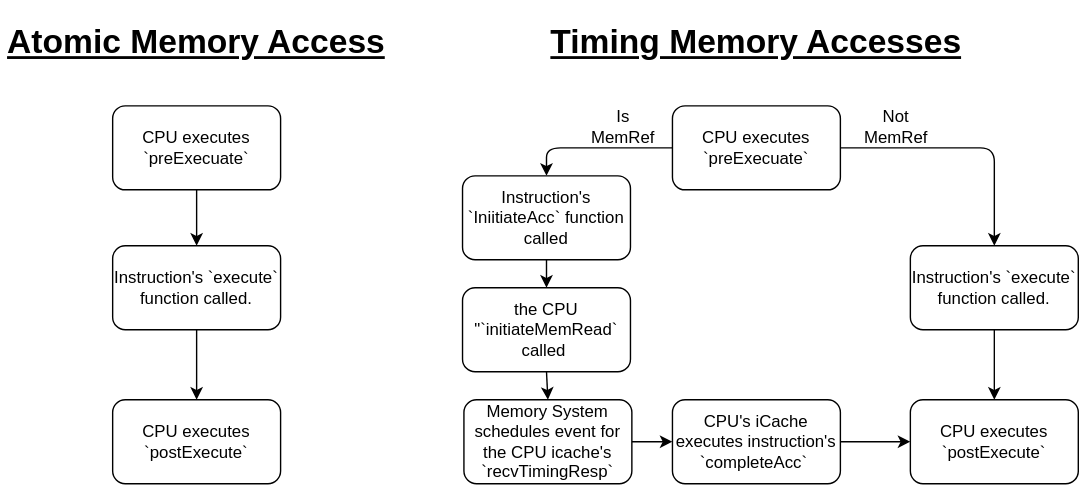
This is slides/03-Developing-gem5-models/05-modeling-cores-img/instruction-execution-flow.svg from gem5bootcamp/bootcamp, a draw.io export, as it was before one commit. Source tidied: cells renumbered, new cells last; positions are measured from the earlier drawing's top-left corner, leaving out a move shared by most shapes. Source of this version:
```xml
<mxGraphModel>
  <root>
    <mxCell id="0" />
    <mxCell id="1" parent="0" />
    <mxCell id="2" style="edgeStyle=none;html=1;entryX=0.5;entryY=0;entryDx=0;entryDy=0;exitX=0.5;exitY=1;exitDx=0;exitDy=0;" parent="1" edge="1" source="3" target="5">
      <mxGeometry relative="1" as="geometry" />
    </mxCell>
    <mxCell id="3" value="CPU executes `preExecuate`" style="rounded=1;whiteSpace=wrap;html=1;" parent="1" vertex="1">
      <mxGeometry x="80" y="60" width="120" height="60" as="geometry" />
    </mxCell>
    <mxCell id="4" style="edgeStyle=none;html=1;" parent="1" edge="1" source="5" target="6">
      <mxGeometry relative="1" as="geometry" />
    </mxCell>
    <mxCell id="5" value="Instruction's `execute` function called." style="rounded=1;whiteSpace=wrap;html=1;" parent="1" vertex="1">
      <mxGeometry x="80" y="160" width="120" height="60" as="geometry" />
    </mxCell>
    <mxCell id="6" value="CPU executes `postExecute`" style="rounded=1;whiteSpace=wrap;html=1;" parent="1" vertex="1">
      <mxGeometry x="80" y="270" width="120" height="60" as="geometry" />
    </mxCell>
    <mxCell id="7" value="&lt;h1&gt;&lt;u&gt;Atomic Memory Access&lt;/u&gt;&lt;/h1&gt;" style="text;html=1;strokeColor=none;fillColor=none;align=center;verticalAlign=middle;whiteSpace=wrap;rounded=0;" parent="1" vertex="1">
      <mxGeometry width="280" height="30" as="geometry" />
    </mxCell>
    <mxCell id="8" value="&lt;h1&gt;&lt;u&gt;Timing Memory Accesses&lt;/u&gt;&lt;/h1&gt;" style="text;html=1;strokeColor=none;fillColor=none;align=center;verticalAlign=middle;whiteSpace=wrap;rounded=0;" parent="1" vertex="1">
      <mxGeometry x="385" width="310" height="30" as="geometry" />
    </mxCell>
    <mxCell id="9" style="edgeStyle=elbowEdgeStyle;elbow=vertical;html=1;exitX=1;exitY=0.5;exitDx=0;exitDy=0;entryX=0.5;entryY=0;entryDx=0;entryDy=0;" parent="1" edge="1" source="11" target="15">
      <mxGeometry relative="1" as="geometry">
        <Array as="points">
          <mxPoint x="660" y="90" />
        </Array>
      </mxGeometry>
    </mxCell>
    <mxCell id="10" style="edgeStyle=elbowEdgeStyle;html=1;exitX=0;exitY=0.5;exitDx=0;exitDy=0;entryX=0.5;entryY=0;entryDx=0;entryDy=0;" parent="1" edge="1" source="11" target="18">
      <mxGeometry relative="1" as="geometry">
        <Array as="points">
          <mxPoint x="390" y="80" />
        </Array>
      </mxGeometry>
    </mxCell>
    <mxCell id="11" value="CPU executes `preExecuate`" style="rounded=1;whiteSpace=wrap;html=1;" parent="1" vertex="1">
      <mxGeometry x="480" y="60" width="120" height="60" as="geometry" />
    </mxCell>
    <mxCell id="12" style="edgeStyle=none;html=1;exitX=1;exitY=0.5;exitDx=0;exitDy=0;entryX=0;entryY=0.5;entryDx=0;entryDy=0;" parent="1" edge="1" source="23" target="13">
      <mxGeometry relative="1" as="geometry" />
    </mxCell>
    <mxCell id="13" value="CPU executes `postExecute`" style="rounded=1;whiteSpace=wrap;html=1;" parent="1" vertex="1">
      <mxGeometry x="650" y="270" width="120" height="60" as="geometry" />
    </mxCell>
    <mxCell id="14" style="edgeStyle=none;html=1;exitX=0.5;exitY=1;exitDx=0;exitDy=0;entryX=0.5;entryY=0;entryDx=0;entryDy=0;" parent="1" edge="1" source="15" target="13">
      <mxGeometry relative="1" as="geometry" />
    </mxCell>
    <mxCell id="15" value="Instruction's `execute` function called." style="rounded=1;whiteSpace=wrap;html=1;" parent="1" vertex="1">
      <mxGeometry x="650" y="160" width="120" height="60" as="geometry" />
    </mxCell>
    <mxCell id="16" value="Not MemRef" style="text;html=1;strokeColor=none;fillColor=none;align=center;verticalAlign=middle;whiteSpace=wrap;rounded=0;" parent="1" vertex="1">
      <mxGeometry x="610" y="60" width="60" height="30" as="geometry" />
    </mxCell>
    <mxCell id="17" style="edgeStyle=none;html=1;exitX=0.5;exitY=1;exitDx=0;exitDy=0;entryX=0.5;entryY=0;entryDx=0;entryDy=0;" parent="1" edge="1" source="18" target="20">
      <mxGeometry relative="1" as="geometry" />
    </mxCell>
    <mxCell id="18" value="Instruction's `IniitiateAcc` function called" style="rounded=1;whiteSpace=wrap;html=1;" parent="1" vertex="1">
      <mxGeometry x="330" y="110" width="120" height="60" as="geometry" />
    </mxCell>
    <mxCell id="19" style="edgeStyle=none;html=1;exitX=0.5;exitY=1;exitDx=0;exitDy=0;entryX=0.5;entryY=0;entryDx=0;entryDy=0;" parent="1" edge="1" source="20" target="22">
      <mxGeometry relative="1" as="geometry" />
    </mxCell>
    <mxCell id="20" value="the CPU &quot;`initiateMemRead` called&amp;nbsp;" style="rounded=1;whiteSpace=wrap;html=1;" parent="1" vertex="1">
      <mxGeometry x="330" y="190" width="120" height="60" as="geometry" />
    </mxCell>
    <mxCell id="21" style="edgeStyle=none;html=1;exitX=1;exitY=0.5;exitDx=0;exitDy=0;entryX=0;entryY=0.5;entryDx=0;entryDy=0;" parent="1" edge="1" source="22" target="23">
      <mxGeometry relative="1" as="geometry" />
    </mxCell>
    <mxCell id="22" value="Memory System schedules event for the CPU icache's `recvTimingResp`" style="rounded=1;whiteSpace=wrap;html=1;" parent="1" vertex="1">
      <mxGeometry x="331" y="270" width="120" height="60" as="geometry" />
    </mxCell>
    <mxCell id="23" value="CPU's iCache executes instruction's `completeAcc`&amp;nbsp;" style="rounded=1;whiteSpace=wrap;html=1;" parent="1" vertex="1">
      <mxGeometry x="480" y="270" width="120" height="60" as="geometry" />
    </mxCell>
    <mxCell id="24" value="Is MemRef" style="text;html=1;strokeColor=none;fillColor=none;align=center;verticalAlign=middle;whiteSpace=wrap;rounded=0;" parent="1" vertex="1">
      <mxGeometry x="420" y="60" width="50" height="30" as="geometry" />
    </mxCell>
  </root>
</mxGraphModel>
```
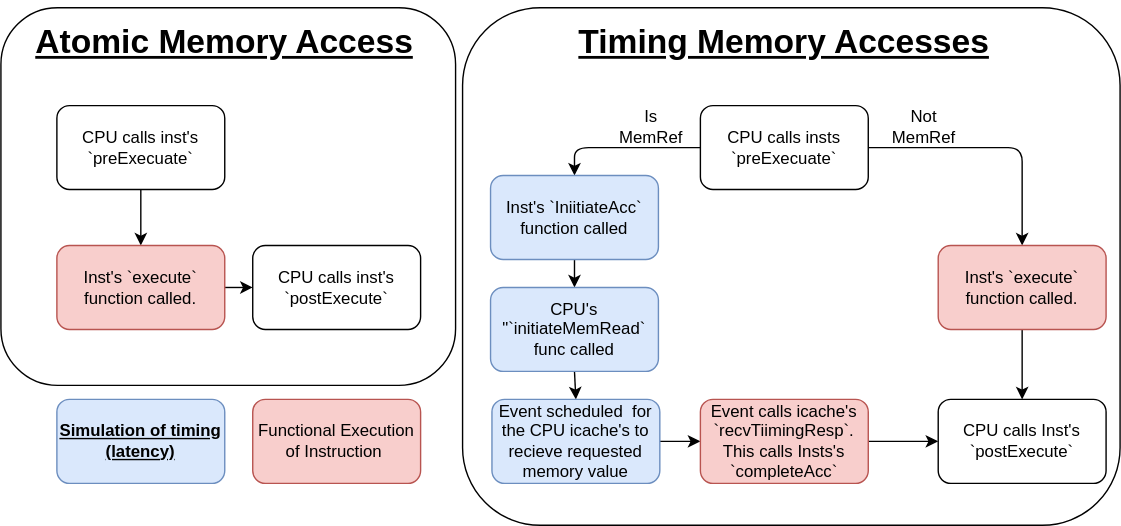
The same file after the commit.

What changed in the source:
```diff
@@ -2,20 +2,26 @@
   <root>
     <mxCell id="0" />
     <mxCell id="1" parent="0" />
+    <mxCell id="25" style="rounded=1;whiteSpace=wrap;html=1;labelBackgroundColor=#ee95c0;" parent="1" vertex="1">
+      <mxGeometry x="310" y="-10" width="470" height="370" as="geometry" />
+    </mxCell>
+    <mxCell id="26" style="rounded=1;whiteSpace=wrap;html=1;labelBackgroundColor=#ee95c0;" parent="1" vertex="1">
+      <mxGeometry x="-20" y="-10" width="325" height="270" as="geometry" />
+    </mxCell>
     <mxCell id="2" style="edgeStyle=none;html=1;entryX=0.5;entryY=0;entryDx=0;entryDy=0;exitX=0.5;exitY=1;exitDx=0;exitDy=0;" parent="1" edge="1" source="3" target="5">
       <mxGeometry relative="1" as="geometry" />
     </mxCell>
-    <mxCell id="3" value="CPU executes `preExecuate`" style="rounded=1;whiteSpace=wrap;html=1;" parent="1" vertex="1">
-      <mxGeometry x="80" y="60" width="120" height="60" as="geometry" />
+    <mxCell id="3" value="CPU calls inst's `preExecuate`" style="rounded=1;whiteSpace=wrap;html=1;" parent="1" vertex="1">
+      <mxGeometry x="20" y="60" width="120" height="60" as="geometry" />
     </mxCell>
     <mxCell id="4" style="edgeStyle=none;html=1;" parent="1" edge="1" source="5" target="6">
       <mxGeometry relative="1" as="geometry" />
     </mxCell>
-    <mxCell id="5" value="Instruction's `execute` function called." style="rounded=1;whiteSpace=wrap;html=1;" parent="1" vertex="1">
-      <mxGeometry x="80" y="160" width="120" height="60" as="geometry" />
+    <mxCell id="5" value="Inst's `execute` function called." style="rounded=1;whiteSpace=wrap;html=1;fillColor=#f8cecc;strokeColor=#b85450;" parent="1" vertex="1">
+      <mxGeometry x="20" y="160" width="120" height="60" as="geometry" />
     </mxCell>
-    <mxCell id="6" value="CPU executes `postExecute`" style="rounded=1;whiteSpace=wrap;html=1;" parent="1" vertex="1">
-      <mxGeometry x="80" y="270" width="120" height="60" as="geometry" />
+    <mxCell id="6" value="CPU calls inst's `postExecute`" style="rounded=1;whiteSpace=wrap;html=1;" parent="1" vertex="1">
+      <mxGeometry x="160" y="160" width="120" height="60" as="geometry" />
     </mxCell>
     <mxCell id="7" value="&lt;h1&gt;&lt;u&gt;Atomic Memory Access&lt;/u&gt;&lt;/h1&gt;" style="text;html=1;strokeColor=none;fillColor=none;align=center;verticalAlign=middle;whiteSpace=wrap;rounded=0;" parent="1" vertex="1">
       <mxGeometry width="280" height="30" as="geometry" />
@@ -37,19 +43,19 @@
         </Array>
       </mxGeometry>
     </mxCell>
-    <mxCell id="11" value="CPU executes `preExecuate`" style="rounded=1;whiteSpace=wrap;html=1;" parent="1" vertex="1">
+    <mxCell id="11" value="CPU calls insts `preExecuate`" style="rounded=1;whiteSpace=wrap;html=1;" parent="1" vertex="1">
       <mxGeometry x="480" y="60" width="120" height="60" as="geometry" />
     </mxCell>
     <mxCell id="12" style="edgeStyle=none;html=1;exitX=1;exitY=0.5;exitDx=0;exitDy=0;entryX=0;entryY=0.5;entryDx=0;entryDy=0;" parent="1" edge="1" source="23" target="13">
       <mxGeometry relative="1" as="geometry" />
     </mxCell>
-    <mxCell id="13" value="CPU executes `postExecute`" style="rounded=1;whiteSpace=wrap;html=1;" parent="1" vertex="1">
+    <mxCell id="13" value="CPU calls Inst's `postExecute`" style="rounded=1;whiteSpace=wrap;html=1;" parent="1" vertex="1">
       <mxGeometry x="650" y="270" width="120" height="60" as="geometry" />
     </mxCell>
     <mxCell id="14" style="edgeStyle=none;html=1;exitX=0.5;exitY=1;exitDx=0;exitDy=0;entryX=0.5;entryY=0;entryDx=0;entryDy=0;" parent="1" edge="1" source="15" target="13">
       <mxGeometry relative="1" as="geometry" />
     </mxCell>
-    <mxCell id="15" value="Instruction's `execute` function called." style="rounded=1;whiteSpace=wrap;html=1;" parent="1" vertex="1">
+    <mxCell id="15" value="Inst's `execute` function called." style="rounded=1;whiteSpace=wrap;html=1;fillColor=#f8cecc;strokeColor=#b85450;" parent="1" vertex="1">
       <mxGeometry x="650" y="160" width="120" height="60" as="geometry" />
     </mxCell>
     <mxCell id="16" value="Not MemRef" style="text;html=1;strokeColor=none;fillColor=none;align=center;verticalAlign=middle;whiteSpace=wrap;rounded=0;" parent="1" vertex="1">
@@ -58,26 +64,32 @@
     <mxCell id="17" style="edgeStyle=none;html=1;exitX=0.5;exitY=1;exitDx=0;exitDy=0;entryX=0.5;entryY=0;entryDx=0;entryDy=0;" parent="1" edge="1" source="18" target="20">
       <mxGeometry relative="1" as="geometry" />
     </mxCell>
-    <mxCell id="18" value="Instruction's `IniitiateAcc` function called" style="rounded=1;whiteSpace=wrap;html=1;" parent="1" vertex="1">
+    <mxCell id="18" value="Inst's `IniitiateAcc` function called" style="rounded=1;whiteSpace=wrap;html=1;fillColor=#dae8fc;strokeColor=#6c8ebf;" parent="1" vertex="1">
       <mxGeometry x="330" y="110" width="120" height="60" as="geometry" />
     </mxCell>
     <mxCell id="19" style="edgeStyle=none;html=1;exitX=0.5;exitY=1;exitDx=0;exitDy=0;entryX=0.5;entryY=0;entryDx=0;entryDy=0;" parent="1" edge="1" source="20" target="22">
       <mxGeometry relative="1" as="geometry" />
     </mxCell>
-    <mxCell id="20" value="the CPU &quot;`initiateMemRead` called&amp;nbsp;" style="rounded=1;whiteSpace=wrap;html=1;" parent="1" vertex="1">
+    <mxCell id="20" value="CPU's &quot;`initiateMemRead` func called&amp;nbsp;" style="rounded=1;whiteSpace=wrap;html=1;fillColor=#dae8fc;strokeColor=#6c8ebf;" parent="1" vertex="1">
       <mxGeometry x="330" y="190" width="120" height="60" as="geometry" />
     </mxCell>
     <mxCell id="21" style="edgeStyle=none;html=1;exitX=1;exitY=0.5;exitDx=0;exitDy=0;entryX=0;entryY=0.5;entryDx=0;entryDy=0;" parent="1" edge="1" source="22" target="23">
       <mxGeometry relative="1" as="geometry" />
     </mxCell>
-    <mxCell id="22" value="Memory System schedules event for the CPU icache's `recvTimingResp`" style="rounded=1;whiteSpace=wrap;html=1;" parent="1" vertex="1">
+    <mxCell id="22" value="Event scheduled&amp;nbsp; for the CPU icache's to recieve requested memory value" style="rounded=1;whiteSpace=wrap;html=1;fillColor=#dae8fc;strokeColor=#6c8ebf;" parent="1" vertex="1">
       <mxGeometry x="331" y="270" width="120" height="60" as="geometry" />
     </mxCell>
-    <mxCell id="23" value="CPU's iCache executes instruction's `completeAcc`&amp;nbsp;" style="rounded=1;whiteSpace=wrap;html=1;" parent="1" vertex="1">
+    <mxCell id="23" value="Event calls icache's `recvTiimingResp`. This calls Insts's `completeAcc`&amp;nbsp;" style="rounded=1;whiteSpace=wrap;html=1;fillColor=#f8cecc;strokeColor=#b85450;" parent="1" vertex="1">
       <mxGeometry x="480" y="270" width="120" height="60" as="geometry" />
     </mxCell>
     <mxCell id="24" value="Is MemRef" style="text;html=1;strokeColor=none;fillColor=none;align=center;verticalAlign=middle;whiteSpace=wrap;rounded=0;" parent="1" vertex="1">
       <mxGeometry x="420" y="60" width="50" height="30" as="geometry" />
     </mxCell>
+    <mxCell id="27" value="Functional Execution of Instruction&lt;span style=&quot;color: rgba(0, 0, 0, 0); font-family: monospace; font-size: 0px; text-align: start;&quot;&gt;%3CmxGraphModel%3E%3Croot%3E%3CmxCell%20id%3D%220%22%2F%3E%3CmxCell%20id%3D%221%22%20parent%3D%220%22%2F%3E%3CmxCell%20id%3D%222%22%20value%3D%22Inst's%20%60execute%60%20function%20called.%22%20style%3D%22rounded%3D1%3BwhiteSpace%3Dwrap%3Bhtml%3D1%3BfillColor%3D%23f8cecc%3BstrokeColor%3D%23b85450%3B%22%20vertex%3D%221%22%20parent%3D%221%22%3E%3CmxGeometry%20x%3D%22-120%22%20y%3D%22330%22%20width%3D%22120%22%20height%3D%2260%22%20as%3D%22geometry%22%2F%3E%3C%2FmxCell%3E%3C%2Froot%3E%3C%2FmxGraphModel%3E&lt;/span&gt;" style="rounded=1;whiteSpace=wrap;html=1;fillColor=#f8cecc;strokeColor=#b85450;" parent="1" vertex="1">
+      <mxGeometry x="160" y="270" width="120" height="60" as="geometry" />
+    </mxCell>
+    <mxCell id="28" value="&lt;b&gt;&lt;u&gt;Simulation of timing (latency)&lt;/u&gt;&lt;/b&gt;" style="rounded=1;whiteSpace=wrap;html=1;fillColor=#dae8fc;strokeColor=#6c8ebf;" parent="1" vertex="1">
+      <mxGeometry x="20" y="270" width="120" height="60" as="geometry" />
+    </mxCell>
   </root>
 </mxGraphModel>
```
